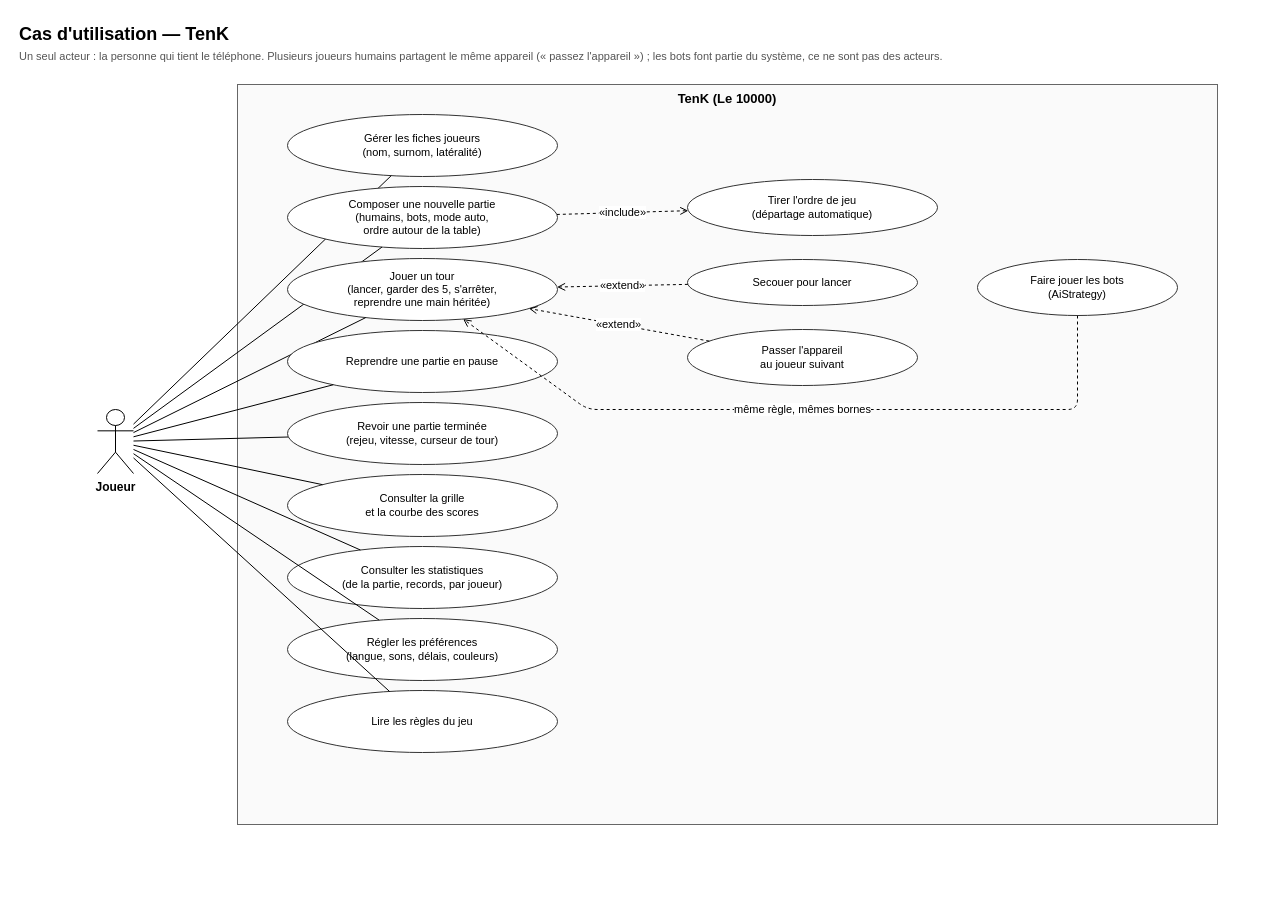
Above: docs/uml/use-cases.drawio in microscotch/tenk (draw.io), before the change. Source tidied: cells renumbered, new cells numbered last; positions are measured from the earlier drawing's top-left corner, leaving out a move shared by most shapes. Both pictures are drawn from the tidied source at 100%, with x=0, y=0 at pixel (17, 17).
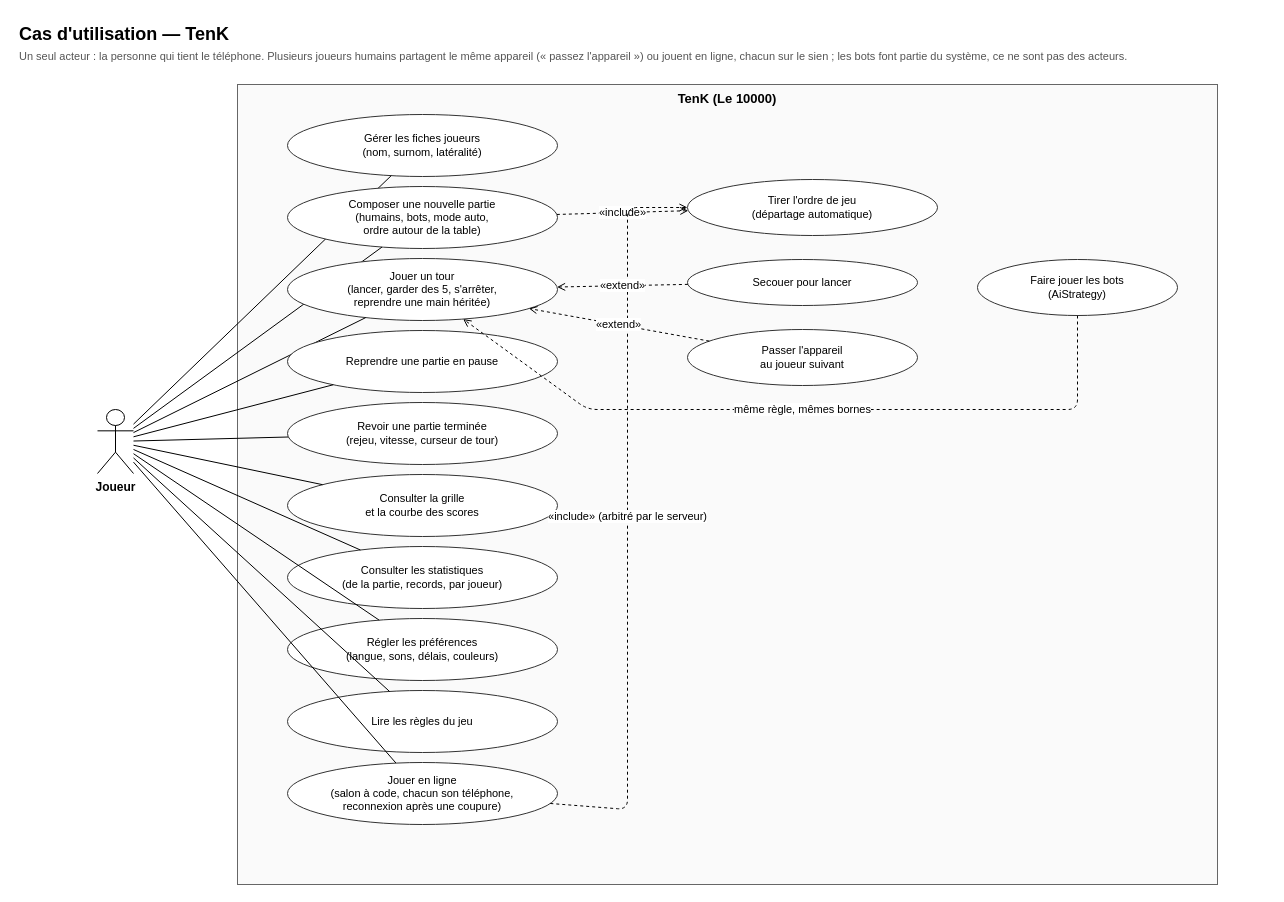
The same page after the edit.

The change refers to these unchanged cells:
```xml
<mxCell id="5" value="Joueur" style="shape=umlActor;verticalLabelPosition=bottom;verticalAlign=top;html=1;fontSize=12;fontStyle=1;" parent="1" vertex="1">
  <mxGeometry x="80" y="392" width="36" height="64" as="geometry" />
</mxCell>
<mxCell id="8" value="Composer une nouvelle partie&lt;br/&gt;(humains, bots, mode auto,&lt;br/&gt;ordre autour de la table)" style="ellipse;whiteSpace=wrap;html=1;fontSize=11;fillColor=#ffffff;strokeColor=#333333;" parent="1" vertex="1">
  <mxGeometry x="270" y="169" width="270" height="62" as="geometry" />
</mxCell>
<mxCell id="10" value="Jouer un tour&lt;br/&gt;(lancer, garder des 5, s'arrêter,&lt;br/&gt;reprendre une main héritée)" style="ellipse;whiteSpace=wrap;html=1;fontSize=11;fillColor=#ffffff;strokeColor=#333333;" parent="1" vertex="1">
  <mxGeometry x="270" y="241" width="270" height="62" as="geometry" />
</mxCell>
<mxCell id="24" value="Tirer l'ordre de jeu&lt;br/&gt;(départage automatique)" style="ellipse;whiteSpace=wrap;html=1;fontSize=11;fillColor=#ffffff;strokeColor=#333333;" parent="1" vertex="1">
  <mxGeometry x="670" y="162" width="250" height="56" as="geometry" />
</mxCell>
<mxCell id="25" value="Secouer pour lancer" style="ellipse;whiteSpace=wrap;html=1;fontSize=11;fillColor=#ffffff;strokeColor=#333333;" parent="1" vertex="1">
  <mxGeometry x="670" y="242" width="230" height="46" as="geometry" />
</mxCell>
<mxCell id="26" value="Passer l'appareil&lt;br/&gt;au joueur suivant" style="ellipse;whiteSpace=wrap;html=1;fontSize=11;fillColor=#ffffff;strokeColor=#333333;" parent="1" vertex="1">
  <mxGeometry x="670" y="312" width="230" height="56" as="geometry" />
</mxCell>
<mxCell id="27" value="Faire jouer les bots&lt;br/&gt;(AiStrategy)" style="ellipse;whiteSpace=wrap;html=1;fontSize=11;fillColor=#ffffff;strokeColor=#333333;" parent="1" vertex="1">
  <mxGeometry x="960" y="242" width="200" height="56" as="geometry" />
</mxCell>
```

What changed in the source:
```diff
@@
-    <mxCell id="3" value="Un seul acteur : la personne qui tient le téléphone. Plusieurs joueurs humains partagent le même appareil (« passez l'appareil ») ; les bots font partie du système, ce ne sont pas des acteurs." style="text;html=1;fontSize=11;fontColor=#555555;align=left;verticalAlign=top;whiteSpace=wrap;" parent="1" vertex="1">
+    <mxCell id="3" value="Un seul acteur : la personne qui tient le téléphone. Plusieurs joueurs humains partagent le même appareil (« passez l'appareil ») ou jouent en ligne, chacun sur le sien ; les bots font partie du système, ce ne sont pas des acteurs." style="text;html=1;fontSize=11;fontColor=#555555;align=left;verticalAlign=top;whiteSpace=wrap;" parent="1" vertex="1">
       <mxGeometry y="26" width="1250" height="32" as="geometry" />
     </mxCell>
     <mxCell id="4" value="TenK (Le 10000)" style="rounded=0;whiteSpace=wrap;html=1;fontSize=13;fontStyle=1;verticalAlign=top;fillColor=#fafafa;strokeColor=#666666;" parent="1" vertex="1">
-      <mxGeometry x="220" y="67" width="980" height="740" as="geometry" />
+      <mxGeometry x="220" y="67" width="980" height="800" as="geometry" />
     </mxCell>
@@
+    <mxCell id="32" value="Jouer en ligne&lt;br/&gt;(salon à code, chacun son téléphone,&lt;br/&gt;reconnexion après une coupure)" style="ellipse;whiteSpace=wrap;html=1;fontSize=11;fillColor=#ffffff;strokeColor=#333333;" parent="1" vertex="1">
+      <mxGeometry x="270" y="745" width="270" height="62" as="geometry" />
+    </mxCell>
+    <mxCell id="28" style="endArrow=none;html=1;fontSize=11;labelBackgroundColor=#ffffff;" parent="1" edge="1" source="5" target="32">
+      <mxGeometry relative="1" as="geometry" />
+    </mxCell>
@@
-    <mxCell id="28" value="«include»" style="endArrow=open;endFill=0;dashed=1;html=1;fontSize=11;labelBackgroundColor=#ffffff;rounded=1;" parent="1" edge="1" source="8" target="24">
-      <mxGeometry relative="1" as="geometry" />
-    </mxCell>
-    <mxCell id="29" value="«extend»" style="endArrow=open;endFill=0;dashed=1;html=1;fontSize=11;labelBackgroundColor=#ffffff;rounded=1;" parent="1" edge="1" source="25" target="10">
+    <mxCell id="29" value="«include»" style="endArrow=open;endFill=0;dashed=1;html=1;fontSize=11;labelBackgroundColor=#ffffff;rounded=1;" parent="1" edge="1" source="8" target="24">
       <mxGeometry relative="1" as="geometry" />
     </mxCell>
-    <mxCell id="30" value="«extend»" style="endArrow=open;endFill=0;dashed=1;html=1;fontSize=11;labelBackgroundColor=#ffffff;rounded=1;" parent="1" edge="1" source="26" target="10">
-      <mxGeometry relative="1" as="geometry" />
+    <mxCell id="30" value="«include» (arbitré par le serveur)" style="endArrow=open;endFill=0;dashed=1;html=1;fontSize=11;labelBackgroundColor=#ffffff;rounded=1;" parent="1" edge="1" source="32" target="24">
+      <mxGeometry relative="1" as="geometry">
+        <Array as="points">
+          <mxPoint x="610" y="792" />
+          <mxPoint x="610" y="190" />
+        </Array>
+      </mxGeometry>
     </mxCell>
-    <mxCell id="31" value="même règle, mêmes bornes" style="endArrow=open;endFill=0;dashed=1;html=1;fontSize=11;labelBackgroundColor=#ffffff;rounded=1;" parent="1" edge="1" source="27" target="10">
-      <mxGeometry relative="1" as="geometry">
-        <Array as="points">
-          <mxPoint x="1060" y="392" />
-          <mxPoint x="570" y="392" />
-        </Array>
-      </mxGeometry>
+    <mxCell id="31" value="«extend»" style="endArrow=open;endFill=0;dashed=1;html=1;fontSize=11;labelBackgroundColor=#ffffff;rounded=1;" parent="1" edge="1" source="25" target="10">
+      <mxGeometry relative="1" as="geometry" />
     </mxCell>
+    <mxCell id="33" value="«extend»" style="endArrow=open;endFill=0;dashed=1;html=1;fontSize=11;labelBackgroundColor=#ffffff;rounded=1;" parent="1" edge="1" source="26" target="10">
+      <mxGeometry relative="1" as="geometry" />
+    </mxCell>
+    <mxCell id="34" value="même règle, mêmes bornes" style="endArrow=open;endFill=0;dashed=1;html=1;fontSize=11;labelBackgroundColor=#ffffff;rounded=1;" parent="1" edge="1" source="27" target="10">
+      <mxGeometry relative="1" as="geometry">
+        <Array as="points">
+          <mxPoint x="1060" y="392" />
+          <mxPoint x="570" y="392" />
+        </Array>
+      </mxGeometry>
+    </mxCell>
```
